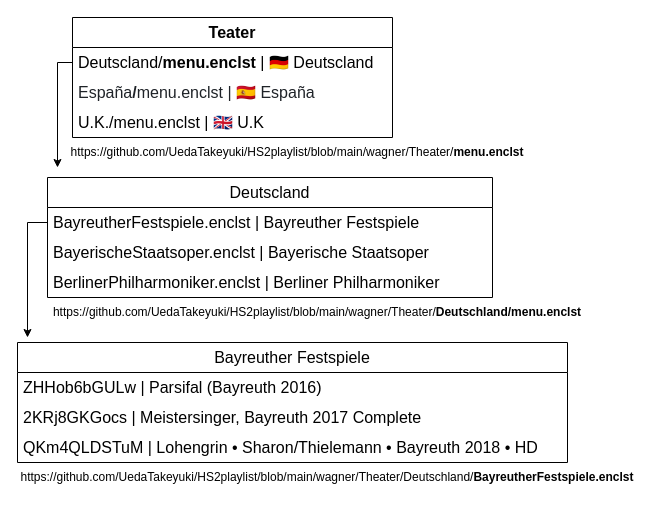
Before: draw.io/structure/structure.drawio in UedaTakeyuki/EncLst, a draw.io diagram. Source tidied: cells renumbered, new cells numbered last; positions are measured from the earlier drawing's top-left corner, leaving out a move shared by most shapes. Both pictures are drawn from the tidied source at 100%, with x=0, y=0 at pixel (17, 17).
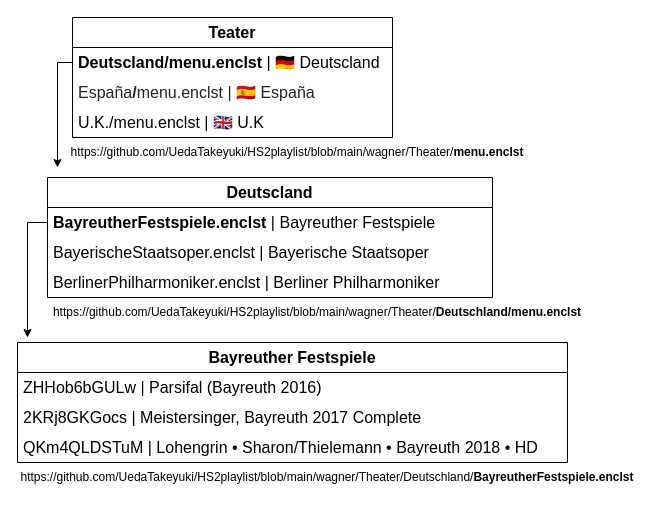
The same diagram, later.

The change refers to these unchanged cells:
```xml
<mxCell id="2" value="Teater" style="swimlane;fontStyle=1;horizontal=1;startSize=30;whiteSpace=wrap;html=1;fontSize=16;" parent="1" vertex="1">
  <mxGeometry x="55" width="320" height="120" as="geometry" />
</mxCell>
```

The edit, as a diff of the source:
```diff
@@
-    <mxCell id="3" value="Deutscland/&lt;b&gt;menu.enclst&lt;/b&gt; | 🇩🇪&amp;nbsp;Deutscland" style="text;strokeColor=none;fillColor=none;align=left;verticalAlign=middle;spacingLeft=4;spacingRight=4;overflow=hidden;points=[[0,0.5],[1,0.5]];portConstraint=eastwest;whiteSpace=wrap;html=1;fontSize=16;fontStyle=0;" parent="2" vertex="1">
+    <mxCell id="3" value="&lt;b&gt;Deutscland/menu.enclst&lt;/b&gt; | 🇩🇪&amp;nbsp;Deutscland" style="text;strokeColor=none;fillColor=none;align=left;verticalAlign=middle;spacingLeft=4;spacingRight=4;overflow=hidden;points=[[0,0.5],[1,0.5]];portConstraint=eastwest;whiteSpace=wrap;html=1;fontSize=16;fontStyle=0;" parent="2" vertex="1">
       <mxGeometry y="30" width="320" height="30" as="geometry" />
     </mxCell>
@@
-    <mxCell id="8" value="&lt;font style=&quot;font-size: 16px;&quot;&gt;Deutscland&lt;/font&gt;" style="swimlane;fontStyle=0;horizontal=1;startSize=30;whiteSpace=wrap;html=1;" parent="1" vertex="1">
+    <mxCell id="8" value="&lt;font style=&quot;font-size: 16px;&quot;&gt;&lt;b&gt;Deutscland&lt;/b&gt;&lt;/font&gt;" style="swimlane;fontStyle=0;horizontal=1;startSize=30;whiteSpace=wrap;html=1;" parent="1" vertex="1">
       <mxGeometry x="30" y="160" width="445" height="120" as="geometry" />
     </mxCell>
-    <mxCell id="9" value="&lt;font style=&quot;font-size: 16px;&quot;&gt;BayreutherFestspiele.enclst | Bayreuther Festspiele&lt;/font&gt;" style="text;strokeColor=none;fillColor=none;align=left;verticalAlign=middle;spacingLeft=4;spacingRight=4;overflow=hidden;points=[[0,0.5],[1,0.5]];portConstraint=eastwest;whiteSpace=wrap;html=1;" parent="8" vertex="1">
+    <mxCell id="9" value="&lt;font style=&quot;font-size: 16px;&quot;&gt;&lt;b&gt;BayreutherFestspiele.enclst&lt;/b&gt; | Bayreuther Festspiele&lt;/font&gt;" style="text;strokeColor=none;fillColor=none;align=left;verticalAlign=middle;spacingLeft=4;spacingRight=4;overflow=hidden;points=[[0,0.5],[1,0.5]];portConstraint=eastwest;whiteSpace=wrap;html=1;" parent="8" vertex="1">
       <mxGeometry y="30" width="445" height="30" as="geometry" />
     </mxCell>
@@
-    <mxCell id="12" value="&lt;font style=&quot;font-size: 16px;&quot;&gt;Bayreuther Festspiele&lt;/font&gt;" style="swimlane;fontStyle=0;horizontal=1;startSize=30;whiteSpace=wrap;html=1;" parent="1" vertex="1">
+    <mxCell id="12" value="&lt;font style=&quot;font-size: 16px;&quot;&gt;&lt;b&gt;Bayreuther Festspiele&lt;/b&gt;&lt;/font&gt;" style="swimlane;fontStyle=0;horizontal=1;startSize=30;whiteSpace=wrap;html=1;" parent="1" vertex="1">
       <mxGeometry y="325" width="550" height="120" as="geometry" />
     </mxCell>
```
